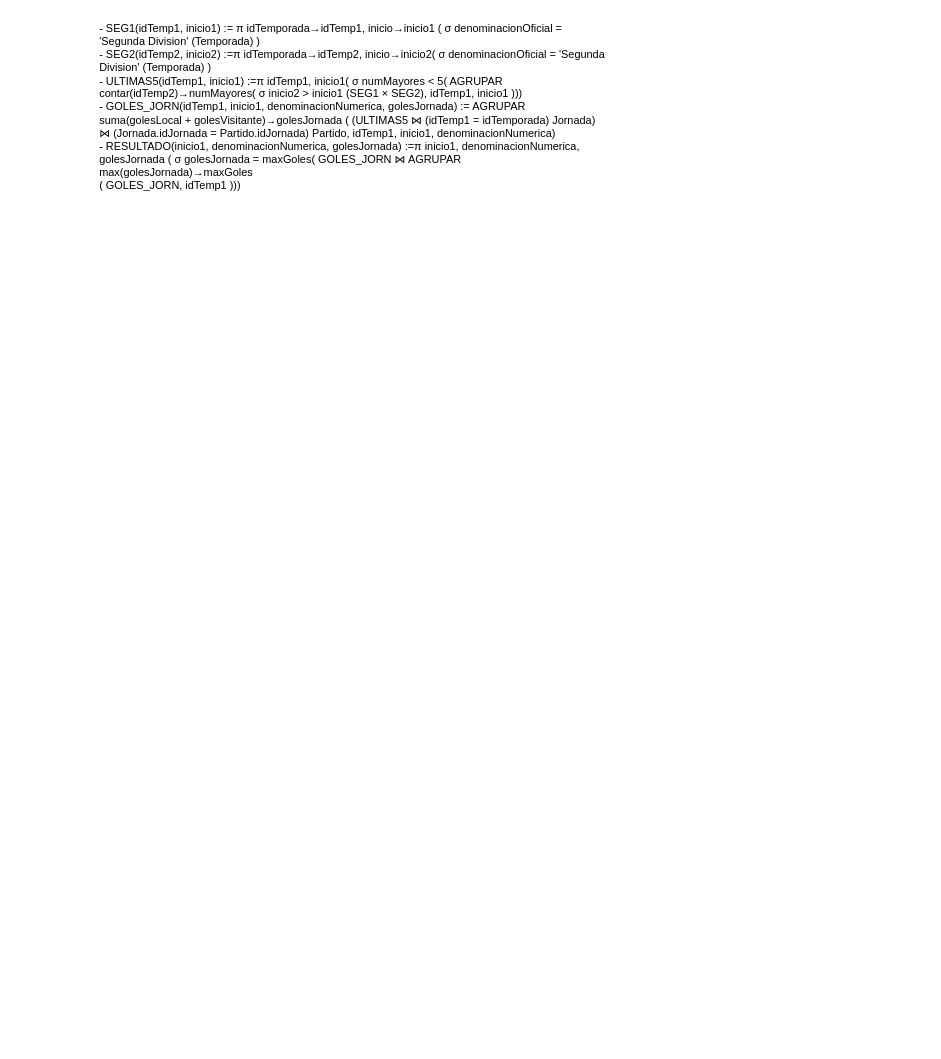
Earlier version of the draw.io diagram BBDD.drawio (anaisitanais/ADSIS). Source tidied: cells renumbered, new cells numbered last; positions are measured from the earlier drawing's top-left corner, leaving out a move shared by most shapes. Both pictures are drawn from the tidied source at 91%, with x=0, y=0 at pixel (97, 15).
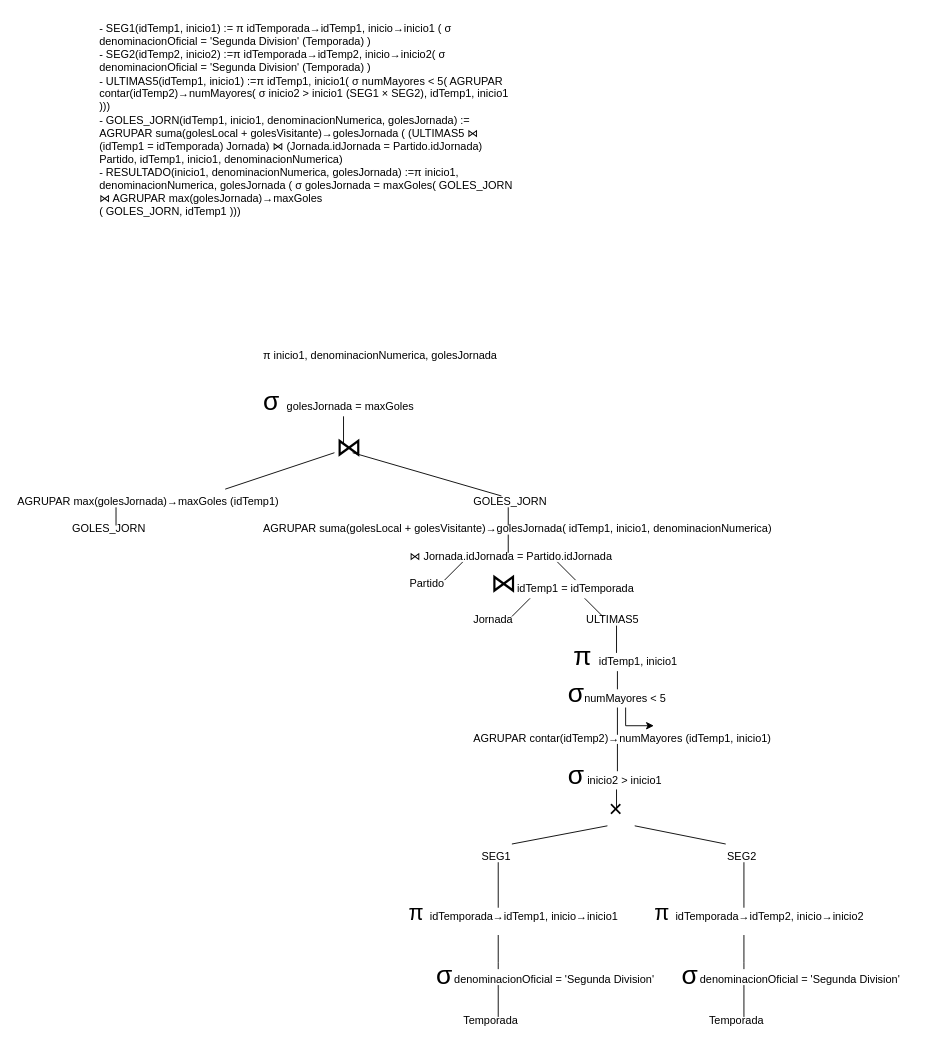
Above is the later version.

Diff of the diagram source:
```diff
@@
     <mxCell id="2" value="- SEG1(idTemp1, inicio1) := π idTemporada→idTemp1, inicio→inicio1 ( σ denominacionOficial = 'Segunda Division' (Temporada) )&#10;- SEG2(idTemp2, inicio2) :=π idTemporada→idTemp2, inicio→inicio2( σ denominacionOficial = 'Segunda Division' (Temporada) )&#10;- ULTIMAS5(idTemp1, inicio1) :=π idTemp1, inicio1( σ numMayores &amp;lt; 5( AGRUPAR contar(idTemp2)→numMayores( σ inicio2 &amp;gt; inicio1 (SEG1 × SEG2), idTemp1, inicio1 )))&#10;- GOLES_JORN(idTemp1, inicio1, denominacionNumerica, golesJornada) := AGRUPAR suma(golesLocal + golesVisitante)→golesJornada ( (ULTIMAS5 ⋈ (idTemp1 = idTemporada) Jornada) ⋈ (Jornada.idJornada = Partido.idJornada) Partido, idTemp1, inicio1, denominacionNumerica)&#10;- RESULTADO(inicio1, denominacionNumerica, golesJornada) :=π inicio1, denominacionNumerica, golesJornada ( σ golesJornada = maxGoles( GOLES_JORN ⋈ AGRUPAR max(golesJornada)→maxGoles&#10;( GOLES_JORN, idTemp1 )))" style="text;whiteSpace=wrap;html=1;" parent="1" vertex="1">
-      <mxGeometry width="560" height="230" as="geometry" />
+      <mxGeometry width="460" height="170" as="geometry" />
     </mxCell>
+    <mxCell id="3" value="Temporada" style="text;whiteSpace=wrap;html=1;" parent="1" vertex="1">
+      <mxGeometry x="670" y="1090" width="90" height="40" as="geometry" />
+    </mxCell>
+    <mxCell id="4" value="denominacionOficial = 'Segunda Division'" style="text;whiteSpace=wrap;html=1;" parent="1" vertex="1">
+      <mxGeometry x="660" y="1045" width="250" height="40" as="geometry" />
+    </mxCell>
+    <mxCell id="5" value="&lt;font style=&quot;font-size: 29px;&quot;&gt;σ&lt;/font&gt;" style="text;whiteSpace=wrap;html=1;" parent="1" vertex="1">
+      <mxGeometry x="640" y="1030" width="70" height="70" as="geometry" />
+    </mxCell>
+    <mxCell id="6" style="endArrow=none;html=1;rounded=0;exitX=1;exitY=1;exitDx=0;exitDy=0;entryX=1;entryY=0.5;entryDx=0;entryDy=0;" parent="1" edge="1" source="5" target="5">
+      <mxGeometry relative="1" as="geometry" />
+    </mxCell>
+    <mxCell id="7" value="&lt;font style=&quot;font-size: 24px;&quot;&gt;π &lt;/font&gt;idTemporada→idTemp2, inicio→inicio2" style="text;whiteSpace=wrap;html=1;" parent="1" vertex="1">
+      <mxGeometry x="610" y="965" width="250" height="40" as="geometry" />
+    </mxCell>
+    <mxCell id="8" style="endArrow=none;html=1;rounded=0;exitX=1;exitY=0.25;exitDx=0;exitDy=0;" parent="1" edge="1" source="5">
+      <mxGeometry relative="1" as="geometry">
+        <mxPoint x="710" y="1010" as="targetPoint" />
+        <Array as="points">
+          <mxPoint x="710" y="1040" />
+        </Array>
+      </mxGeometry>
+    </mxCell>
+    <mxCell id="9" style="endArrow=none;html=1;rounded=0;" parent="1" edge="1">
+      <mxGeometry relative="1" as="geometry">
+        <mxPoint x="710" y="930" as="sourcePoint" />
+        <mxPoint x="710" y="980" as="targetPoint" />
+      </mxGeometry>
+    </mxCell>
+    <mxCell id="10" value="SEG2" style="text;whiteSpace=wrap;html=1;" parent="1" vertex="1">
+      <mxGeometry x="690" y="910" width="70" height="40" as="geometry" />
+    </mxCell>
+    <mxCell id="11" value="Temporada" style="text;whiteSpace=wrap;html=1;" parent="1" vertex="1">
+      <mxGeometry x="400" y="1090" width="90" height="40" as="geometry" />
+    </mxCell>
+    <mxCell id="12" value="&lt;font style=&quot;font-size: 29px;&quot;&gt;σ&lt;/font&gt;" style="text;whiteSpace=wrap;html=1;" parent="1" vertex="1">
+      <mxGeometry x="370" y="1030" width="70" height="70" as="geometry" />
+    </mxCell>
+    <mxCell id="13" style="endArrow=none;html=1;rounded=0;exitX=1;exitY=1;exitDx=0;exitDy=0;entryX=1;entryY=0.5;entryDx=0;entryDy=0;" parent="1" edge="1" source="12" target="12">
+      <mxGeometry relative="1" as="geometry" />
+    </mxCell>
+    <mxCell id="14" value="&lt;font style=&quot;font-size: 24px;&quot;&gt;π &lt;/font&gt;idTemporada→idTemp1, inicio→inicio1" style="text;whiteSpace=wrap;html=1;" parent="1" vertex="1">
+      <mxGeometry x="340" y="965" width="250" height="40" as="geometry" />
+    </mxCell>
+    <mxCell id="15" style="endArrow=none;html=1;rounded=0;exitX=1;exitY=0.25;exitDx=0;exitDy=0;" parent="1" edge="1" source="12">
+      <mxGeometry relative="1" as="geometry">
+        <mxPoint x="440" y="1010" as="targetPoint" />
+        <Array as="points">
+          <mxPoint x="440" y="1040" />
+        </Array>
+      </mxGeometry>
+    </mxCell>
+    <mxCell id="16" style="endArrow=none;html=1;rounded=0;" parent="1" edge="1">
+      <mxGeometry relative="1" as="geometry">
+        <mxPoint x="440" y="930" as="sourcePoint" />
+        <mxPoint x="440" y="980" as="targetPoint" />
+      </mxGeometry>
+    </mxCell>
+    <mxCell id="17" value="SEG1" style="text;whiteSpace=wrap;html=1;" parent="1" vertex="1">
+      <mxGeometry x="420" y="910" width="70" height="40" as="geometry" />
+    </mxCell>
+    <mxCell id="18" value="denominacionOficial = 'Segunda Division'" style="text;whiteSpace=wrap;html=1;" parent="1" vertex="1">
+      <mxGeometry x="390" y="1045" width="250" height="40" as="geometry" />
+    </mxCell>
+    <mxCell id="19" value="&lt;font style=&quot;font-size: 26px;&quot;&gt;×&lt;/font&gt;" style="text;whiteSpace=wrap;html=1;" parent="1" vertex="1">
+      <mxGeometry x="560" y="850" width="40" height="40" as="geometry" />
+    </mxCell>
+    <mxCell id="20" style="endArrow=none;html=1;rounded=0;entryX=0;entryY=0;entryDx=0;entryDy=0;exitX=0.75;exitY=1;exitDx=0;exitDy=0;" parent="1" edge="1" source="19" target="10">
+      <mxGeometry relative="1" as="geometry" />
+    </mxCell>
+    <mxCell id="21" style="endArrow=none;html=1;rounded=0;entryX=0.5;entryY=0;entryDx=0;entryDy=0;exitX=0;exitY=1;exitDx=0;exitDy=0;" parent="1" edge="1" source="19" target="17">
+      <mxGeometry relative="1" as="geometry" />
+    </mxCell>
+    <mxCell id="22" value="&lt;font style=&quot;font-size: 29px;&quot;&gt;σ&lt;/font&gt; inicio2 &amp;gt; inicio1" style="text;whiteSpace=wrap;html=1;" parent="1" vertex="1">
+      <mxGeometry x="515" y="810" width="130" height="40" as="geometry" />
+    </mxCell>
+    <mxCell id="23" style="endArrow=none;html=1;rounded=0;entryX=0.25;entryY=0;entryDx=0;entryDy=0;" parent="1" edge="1" target="19">
+      <mxGeometry relative="1" as="geometry">
+        <mxPoint x="570" y="870" as="sourcePoint" />
+      </mxGeometry>
+    </mxCell>
+    <mxCell id="24" style="endArrow=none;html=1;rounded=0;" parent="1" edge="1">
+      <mxGeometry relative="1" as="geometry">
+        <mxPoint x="571" y="830" as="sourcePoint" />
+        <mxPoint x="571" y="800" as="targetPoint" />
+      </mxGeometry>
+    </mxCell>
+    <mxCell id="25" value="&lt;span&gt;AGRUPAR contar(idTemp2)→numMayores&lt;/span&gt;&lt;span&gt;&amp;nbsp;(idTemp1, inicio1)&lt;/span&gt;" style="text;whiteSpace=wrap;html=1;" parent="1" vertex="1">
+      <mxGeometry x="411" y="780" width="400" height="50" as="geometry" />
+    </mxCell>
+    <mxCell id="26" style="endArrow=none;html=1;rounded=0;" parent="1" edge="1">
+      <mxGeometry relative="1" as="geometry">
+        <mxPoint x="571" y="790" as="sourcePoint" />
+        <mxPoint x="571" y="760" as="targetPoint" />
+        <Array as="points">
+          <mxPoint x="571" y="760" />
+        </Array>
+      </mxGeometry>
+    </mxCell>
+    <mxCell id="27" style="endArrow=none;html=1;rounded=0;entryX=0.25;entryY=0;entryDx=0;entryDy=0;" parent="1" edge="1">
+      <mxGeometry relative="1" as="geometry">
+        <mxPoint x="571" y="740" as="sourcePoint" />
+        <mxPoint x="571" y="720" as="targetPoint" />
+      </mxGeometry>
+    </mxCell>
+    <mxCell id="28" style="edgeStyle=orthogonalEdgeStyle;rounded=0;jettySize=auto;html=1;" parent="1" edge="1" source="29" target="25">
+      <mxGeometry relative="1" as="geometry" />
+    </mxCell>
+    <mxCell id="29" value="&lt;font style=&quot;font-size: 29px;&quot;&gt;σ&lt;/font&gt;numMayores &amp;lt; 5" style="text;whiteSpace=wrap;html=1;" parent="1" vertex="1">
+      <mxGeometry x="515" y="720" width="130" height="40" as="geometry" />
+    </mxCell>
+    <mxCell id="30" value="&lt;font style=&quot;font-size: 29px;&quot;&gt;π &lt;/font&gt;idTemp1, inicio1" style="text;whiteSpace=wrap;html=1;" parent="1" vertex="1">
+      <mxGeometry x="521" y="680" width="130" height="40" as="geometry" />
+    </mxCell>
+    <mxCell id="31" value="Jornada" style="text;whiteSpace=wrap;html=1;" parent="1" vertex="1">
+      <mxGeometry x="411" y="650" width="80" height="40" as="geometry" />
+    </mxCell>
+    <mxCell id="32" value="ULTIMAS5" style="text;whiteSpace=wrap;html=1;" parent="1" vertex="1">
+      <mxGeometry x="535" y="650" width="90" height="40" as="geometry" />
+    </mxCell>
+    <mxCell id="33" style="endArrow=none;html=1;rounded=0;" parent="1" edge="1">
+      <mxGeometry relative="1" as="geometry">
+        <mxPoint x="570" y="700" as="sourcePoint" />
+        <mxPoint x="570" y="670" as="targetPoint" />
+        <Array as="points">
+          <mxPoint x="570" y="670" />
+        </Array>
+      </mxGeometry>
+    </mxCell>
+    <mxCell id="34" value="&lt;font style=&quot;font-size: 29px;&quot;&gt;⋈&lt;/font&gt;idTemp1 = idTemporada" style="text;whiteSpace=wrap;html=1;" parent="1" vertex="1">
+      <mxGeometry x="430" y="600" width="180" height="40" as="geometry" />
+    </mxCell>
+    <mxCell id="35" style="endArrow=none;html=1;rounded=0;" parent="1" edge="1">
+      <mxGeometry relative="1" as="geometry">
+        <mxPoint x="455" y="660" as="sourcePoint" />
+        <mxPoint x="475" y="640" as="targetPoint" />
+        <Array as="points">
+          <mxPoint x="475" y="640" />
+        </Array>
+      </mxGeometry>
+    </mxCell>
+    <mxCell id="36" style="endArrow=none;html=1;rounded=0;" parent="1" edge="1">
+      <mxGeometry relative="1" as="geometry">
+        <mxPoint x="555" y="660" as="sourcePoint" />
+        <mxPoint x="535" y="640" as="targetPoint" />
+        <Array as="points">
+          <mxPoint x="535" y="640" />
+        </Array>
+      </mxGeometry>
+    </mxCell>
+    <mxCell id="37" value="Partido" style="text;whiteSpace=wrap;html=1;" parent="1" vertex="1">
+      <mxGeometry x="341" y="610" width="70" height="40" as="geometry" />
+    </mxCell>
+    <mxCell id="38" value="⋈ Jornada.idJornada = Partido.idJornada" style="text;whiteSpace=wrap;html=1;" parent="1" vertex="1">
+      <mxGeometry x="341" y="580" width="250" height="40" as="geometry" />
+    </mxCell>
+    <mxCell id="39" style="endArrow=none;html=1;rounded=0;" parent="1" edge="1">
+      <mxGeometry relative="1" as="geometry">
+        <mxPoint x="381" y="620" as="sourcePoint" />
+        <mxPoint x="401" y="600" as="targetPoint" />
+        <Array as="points">
+          <mxPoint x="401" y="600" />
+        </Array>
+      </mxGeometry>
+    </mxCell>
+    <mxCell id="40" style="endArrow=none;html=1;rounded=0;" parent="1" edge="1">
+      <mxGeometry relative="1" as="geometry">
+        <mxPoint x="525" y="620" as="sourcePoint" />
+        <mxPoint x="505" y="600" as="targetPoint" />
+        <Array as="points">
+          <mxPoint x="505" y="600" />
+        </Array>
+      </mxGeometry>
+    </mxCell>
+    <mxCell id="41" value="&lt;span&gt;AGRUPAR suma(golesLocal + golesVisitante)→golesJornada&lt;/span&gt;&lt;span&gt;( idTemp1, inicio1, denominacionNumerica)&lt;/span&gt;" style="text;whiteSpace=wrap;html=1;" parent="1" vertex="1">
+      <mxGeometry x="180" y="550" width="570" height="50" as="geometry" />
+    </mxCell>
+    <mxCell id="42" style="endArrow=none;html=1;rounded=0;entryX=0.25;entryY=0;entryDx=0;entryDy=0;" parent="1" edge="1">
+      <mxGeometry relative="1" as="geometry">
+        <mxPoint x="451" y="590" as="sourcePoint" />
+        <mxPoint x="451" y="570" as="targetPoint" />
+      </mxGeometry>
+    </mxCell>
+    <mxCell id="43" style="endArrow=none;html=1;rounded=0;entryX=0.25;entryY=0;entryDx=0;entryDy=0;" parent="1" edge="1">
+      <mxGeometry relative="1" as="geometry">
+        <mxPoint x="451" y="560" as="sourcePoint" />
+        <mxPoint x="451" y="540" as="targetPoint" />
+      </mxGeometry>
+    </mxCell>
+    <mxCell id="44" value="GOLES_JORN" style="text;whiteSpace=wrap;html=1;" parent="1" vertex="1">
+      <mxGeometry x="411" y="520" width="110" height="40" as="geometry" />
+    </mxCell>
+    <mxCell id="45" value="GOLES_JORN" style="text;whiteSpace=wrap;html=1;" parent="1" vertex="1">
+      <mxGeometry x="-30" y="550" width="110" height="40" as="geometry" />
+    </mxCell>
+    <mxCell id="46" value="AGRUPAR max(golesJornada)→maxGoles (idTemp1)" style="text;whiteSpace=wrap;html=1;" parent="1" vertex="1">
+      <mxGeometry x="-90" y="520" width="340" height="40" as="geometry" />
+    </mxCell>
+    <mxCell id="47" style="endArrow=none;html=1;rounded=0;entryX=0.25;entryY=0;entryDx=0;entryDy=0;" parent="1" edge="1">
+      <mxGeometry relative="1" as="geometry">
+        <mxPoint x="20" y="560" as="sourcePoint" />
+        <mxPoint x="20" y="540" as="targetPoint" />
+      </mxGeometry>
+    </mxCell>
+    <mxCell id="48" value="&lt;font style=&quot;font-size: 29px;&quot;&gt;⋈&lt;/font&gt;" style="text;whiteSpace=wrap;html=1;" parent="1" vertex="1">
+      <mxGeometry x="260" y="450" width="30" height="50" as="geometry" />
+    </mxCell>
+    <mxCell id="49" style="endArrow=none;html=1;rounded=0;" parent="1" edge="1" source="46" target="48">
+      <mxGeometry relative="1" as="geometry" />
+    </mxCell>
+    <mxCell id="50" style="endArrow=none;html=1;rounded=0;exitX=0.386;exitY=0.063;exitDx=0;exitDy=0;exitPerimeter=0;entryX=1;entryY=0.5;entryDx=0;entryDy=0;" parent="1" edge="1">
+      <mxGeometry relative="1" as="geometry">
+        <mxPoint x="443.5" y="527.5" as="sourcePoint" />
+        <mxPoint x="280" y="480" as="targetPoint" />
+      </mxGeometry>
+    </mxCell>
+    <mxCell id="51" value="&lt;font style=&quot;font-size: 29px;&quot;&gt;σ &lt;/font&gt;golesJornada = maxGoles" style="text;whiteSpace=wrap;html=1;" parent="1" vertex="1">
+      <mxGeometry x="180" y="400" width="180" height="40" as="geometry" />
+    </mxCell>
+    <mxCell id="52" style="endArrow=none;html=1;rounded=0;" parent="1" edge="1">
+      <mxGeometry relative="1" as="geometry">
+        <mxPoint x="270" y="470" as="sourcePoint" />
+        <mxPoint x="270" y="440" as="targetPoint" />
+        <Array as="points">
+          <mxPoint x="270" y="440" />
+        </Array>
+      </mxGeometry>
+    </mxCell>
+    <mxCell id="53" value="π inicio1, denominacionNumerica, golesJornada" style="text;whiteSpace=wrap;html=1;" parent="1" vertex="1">
+      <mxGeometry x="180" y="360" width="290" height="40" as="geometry" />
+    </mxCell>
```
